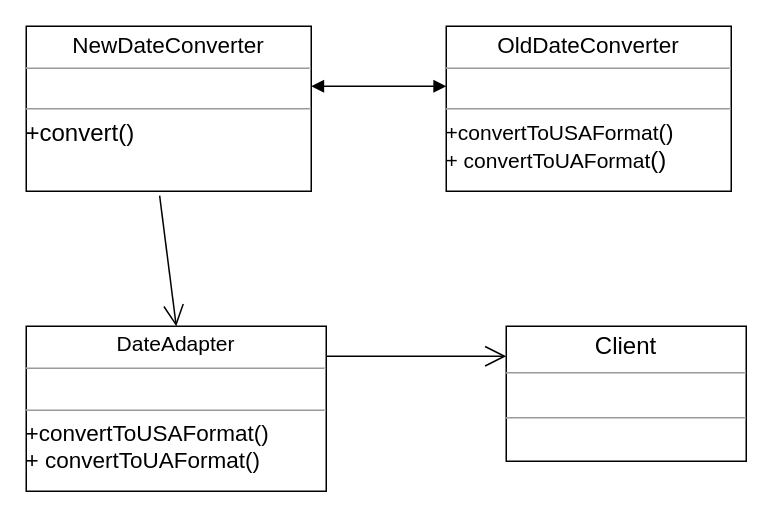
Before: structural/adapter/adapter.drawio in MaksShadows/Patterns, a draw.io diagram. Source tidied: cells renumbered, new cells numbered last; positions are measured from the earlier drawing's top-left corner, leaving out a move shared by most shapes. Both pictures are drawn from the tidied source at 150%, with x=0, y=0 at pixel (26, 26).
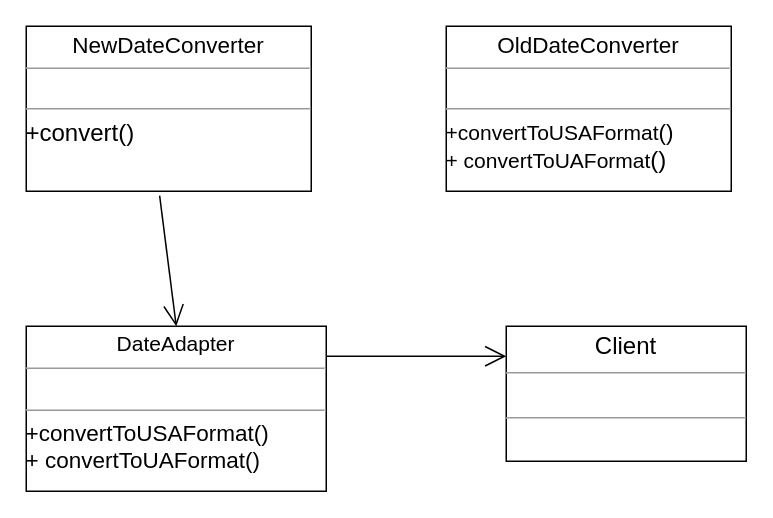
The same diagram, later.

Change to the diagram source:
```diff
@@
 <mxGraphModel>
   <root>
     <mxCell id="0" />
     <mxCell id="1" parent="0" />
     <mxCell id="2" value="&lt;p style=&quot;margin: 0px ; margin-top: 4px ; text-align: center&quot;&gt;&lt;font style=&quot;font-size: 15px&quot;&gt;OldDateConverter&lt;/font&gt;&lt;br&gt;&lt;/p&gt;&lt;hr size=&quot;1&quot;&gt;&lt;p style=&quot;margin: 0px ; margin-left: 4px&quot;&gt;&lt;br&gt;&lt;/p&gt;&lt;hr size=&quot;1&quot;&gt;&lt;p style=&quot;text-align: justify ; margin: 0px 0px 0px 4px&quot;&gt;&lt;/p&gt;&lt;span style=&quot;font-size: 14px ; text-align: justify&quot;&gt;+&lt;/span&gt;&lt;span style=&quot;font-size: 14px&quot;&gt;convertToUSAFormat&lt;/span&gt;&lt;font style=&quot;font-size: 15px&quot;&gt;()&lt;/font&gt;&lt;br&gt;&lt;span style=&quot;font-size: 14px&quot;&gt;+&amp;nbsp;&lt;/span&gt;&lt;span style=&quot;font-size: 14px&quot;&gt;convertToUAFormat&lt;/span&gt;&lt;font style=&quot;font-size: 16px&quot;&gt;()&lt;/font&gt;&lt;span style=&quot;font-size: 14px&quot;&gt;&lt;br&gt;&lt;/span&gt;" style="verticalAlign=top;align=left;overflow=fill;fontSize=12;fontFamily=Helvetica;html=1;" parent="1" vertex="1">
       <mxGeometry x="280" width="190" height="110" as="geometry" />
     </mxCell>
     <mxCell id="3" value="&lt;p style=&quot;text-align: center ; margin: 4px 0px 0px&quot;&gt;&lt;span style=&quot;font-size: 14px&quot;&gt;DateAdapter&lt;/span&gt;&lt;br&gt;&lt;/p&gt;&lt;hr size=&quot;1&quot; style=&quot;text-align: justify ; font-size: 14px&quot;&gt;&lt;p style=&quot;text-align: justify ; margin: 0px 0px 0px 4px&quot;&gt;&lt;br&gt;&lt;/p&gt;&lt;hr size=&quot;1&quot; style=&quot;text-align: justify&quot;&gt;&lt;p style=&quot;text-align: justify ; margin: 0px 0px 0px 4px&quot;&gt;&lt;/p&gt;&lt;font style=&quot;font-size: 15px&quot;&gt;&lt;span style=&quot;text-align: justify&quot;&gt;+&lt;/span&gt;convertToUSAFormat()&lt;br&gt;&lt;/font&gt;&lt;font style=&quot;font-size: 15px&quot;&gt;+ convertToUAFormat()&lt;/font&gt;" style="verticalAlign=top;align=left;overflow=fill;fontSize=12;fontFamily=Helvetica;html=1;" parent="1" vertex="1">
       <mxGeometry y="200" width="200" height="110" as="geometry" />
     </mxCell>
     <mxCell id="4" value="&lt;p style=&quot;text-align: center ; margin: 4px 0px 0px ; font-size: 16px&quot;&gt;&lt;font style=&quot;font-size: 16px&quot;&gt;Client&lt;/font&gt;&lt;/p&gt;&lt;hr size=&quot;1&quot; style=&quot;text-align: justify ; font-size: 16px&quot;&gt;&lt;p style=&quot;text-align: justify ; margin: 0px 0px 0px 4px&quot;&gt;&lt;br&gt;&lt;/p&gt;&lt;hr size=&quot;1&quot; style=&quot;text-align: justify&quot;&gt;&lt;p style=&quot;text-align: justify ; margin: 0px 0px 0px 4px&quot;&gt;&lt;br&gt;&lt;/p&gt;" style="verticalAlign=top;align=left;overflow=fill;fontSize=12;fontFamily=Helvetica;html=1;" parent="1" vertex="1">
       <mxGeometry x="320" y="200" width="160" height="90" as="geometry" />
     </mxCell>
     <mxCell id="5" style="endArrow=open;endFill=1;endSize=12;html=1;" parent="1" edge="1">
       <mxGeometry relative="1" as="geometry">
         <mxPoint x="200" y="220" as="sourcePoint" />
         <mxPoint x="320" y="220" as="targetPoint" />
       </mxGeometry>
     </mxCell>
     <mxCell id="6" value="&lt;p style=&quot;margin: 0px ; margin-top: 4px ; text-align: center&quot;&gt;&lt;font style=&quot;font-size: 15px&quot;&gt;NewDateConverter&lt;/font&gt;&lt;br&gt;&lt;/p&gt;&lt;hr size=&quot;1&quot;&gt;&lt;p style=&quot;margin: 0px ; margin-left: 4px&quot;&gt;&lt;br&gt;&lt;/p&gt;&lt;hr size=&quot;1&quot;&gt;&lt;p style=&quot;text-align: justify ; margin: 0px 0px 0px 4px&quot;&gt;&lt;/p&gt;&lt;font style=&quot;font-size: 16px&quot;&gt;&lt;span style=&quot;text-align: justify&quot;&gt;+&lt;/span&gt;convert()&lt;br&gt;&lt;/font&gt;&lt;span style=&quot;font-size: 14px&quot;&gt;&lt;br&gt;&lt;/span&gt;" style="verticalAlign=top;align=left;overflow=fill;fontSize=12;fontFamily=Helvetica;html=1;" parent="1" vertex="1">
       <mxGeometry width="190" height="110" as="geometry" />
     </mxCell>
-    <mxCell id="7" style="endArrow=block;startArrow=block;endFill=1;startFill=1;html=1;" parent="1" edge="1">
-      <mxGeometry relative="1" as="geometry">
-        <mxPoint x="190" y="40" as="sourcePoint" />
-        <mxPoint x="280" y="40" as="targetPoint" />
-      </mxGeometry>
-    </mxCell>
     <mxCell id="8" style="endArrow=open;endFill=1;endSize=12;html=1;exitX=0.468;exitY=1.027;exitDx=0;exitDy=0;exitPerimeter=0;entryX=0.5;entryY=0;entryDx=0;entryDy=0;" parent="1" edge="1" source="6" target="3">
       <mxGeometry relative="1" as="geometry" />
     </mxCell>
   </root>
 </mxGraphModel>
```
